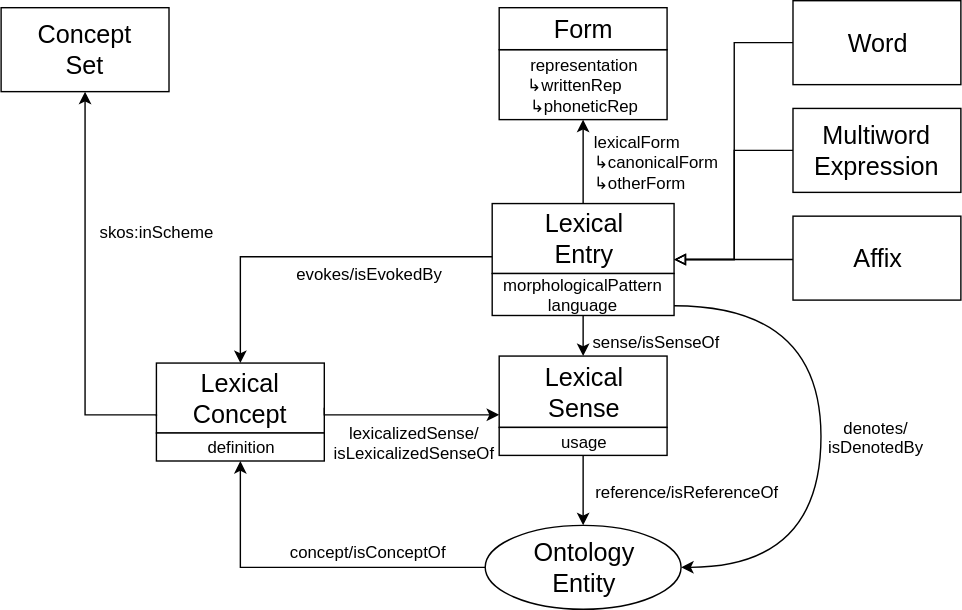
Earlier version of the draw.io export Lemon OntoLex Core.svg (ontolex/ontolex). Source tidied: cells renumbered, new cells last; positions are measured from the earlier drawing's top-left corner, leaving out a move shared by most shapes.
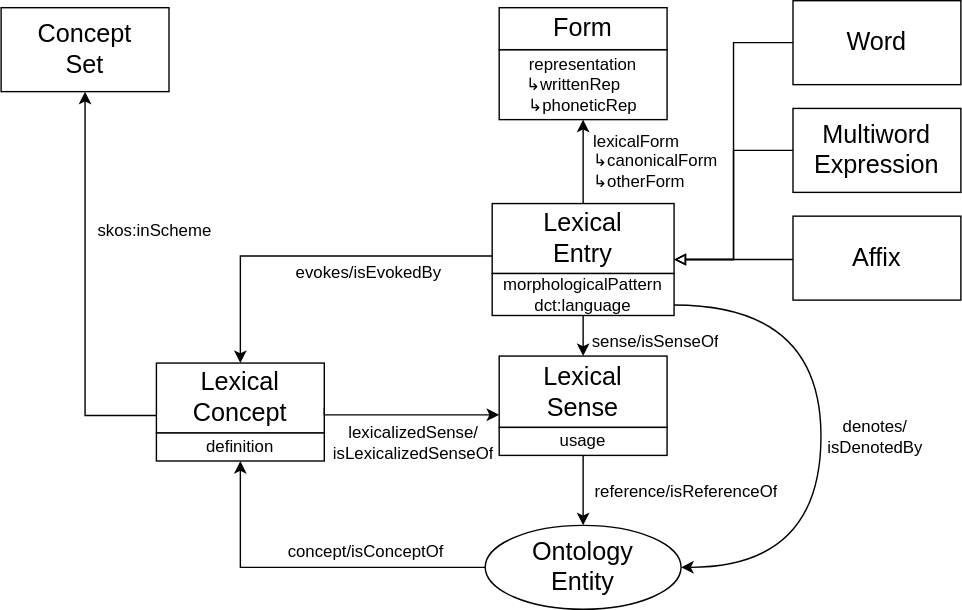
After the change.

Commit message:
Update Core image diagram

* Change `language` label to `dct:language`
* Use Arimo font instead of Helvetica to ensure proper rendering

Change to the diagram source:
```diff
@@ -2,25 +2,25 @@
   <root>
     <mxCell id="0" />
     <mxCell id="1" parent="0" />
-    <mxCell id="2" value="&lt;font style=&quot;font-size: 18px&quot;&gt;Lexical&lt;br&gt;Entry&lt;br&gt;&lt;/font&gt;" style="whiteSpace=wrap;html=1;" parent="1" vertex="1">
+    <mxCell id="2" value="&lt;font style=&quot;font-size: 18px&quot; face=&quot;Arimo&quot;&gt;Lexical&lt;br&gt;Entry&lt;br&gt;&lt;/font&gt;" style="whiteSpace=wrap;html=1;" parent="1" vertex="1">
       <mxGeometry x="351" y="145" width="130" height="50" as="geometry" />
     </mxCell>
-    <mxCell id="3" value="&lt;font style=&quot;font-size: 18px&quot;&gt;Lexical&lt;br&gt;Sense&lt;br&gt;&lt;/font&gt;" style="whiteSpace=wrap;html=1;" parent="1" vertex="1">
+    <mxCell id="3" value="&lt;font style=&quot;font-size: 18px&quot; face=&quot;Arimo&quot;&gt;Lexical&lt;br&gt;Sense&lt;br&gt;&lt;/font&gt;" style="whiteSpace=wrap;html=1;" parent="1" vertex="1">
       <mxGeometry x="356" y="254" width="120" height="51" as="geometry" />
     </mxCell>
-    <mxCell id="4" value="&lt;font style=&quot;font-size: 18px&quot;&gt;Ontology&lt;br&gt;Entity&lt;br&gt;&lt;/font&gt;" style="ellipse;whiteSpace=wrap;html=1;" parent="1" vertex="1">
+    <mxCell id="4" value="&lt;font style=&quot;font-size: 18px&quot; face=&quot;Arimo&quot;&gt;Ontology&lt;br&gt;Entity&lt;br&gt;&lt;/font&gt;" style="ellipse;whiteSpace=wrap;html=1;" parent="1" vertex="1">
       <mxGeometry x="346" y="375" width="140" height="60" as="geometry" />
     </mxCell>
-    <mxCell id="5" value="representation&lt;br&gt;↳writtenRep&amp;nbsp;&amp;nbsp;&amp;nbsp;&amp;nbsp; &lt;br&gt;↳phoneticRep&lt;br&gt;" style="whiteSpace=wrap;html=1;" parent="1" vertex="1">
+    <mxCell id="5" value="&lt;font face=&quot;Arimo&quot;&gt;representation&lt;br&gt;↳writtenRep&amp;nbsp;&amp;nbsp;&amp;nbsp;&amp;nbsp; &lt;br&gt;↳phoneticRep&lt;br&gt;&lt;/font&gt;" style="whiteSpace=wrap;html=1;" parent="1" vertex="1">
       <mxGeometry x="356" y="35" width="120" height="50" as="geometry" />
     </mxCell>
     <mxCell id="6" style="edgeStyle=orthogonalEdgeStyle;rounded=0;html=1;exitX=0.5;exitY=0;" parent="1" edge="1" source="2" target="5">
       <mxGeometry relative="1" as="geometry" />
     </mxCell>
-    <mxCell id="7" value="&lt;font style=&quot;font-size: 18px&quot;&gt;Form&lt;/font&gt;" style="whiteSpace=wrap;html=1;" parent="1" vertex="1">
+    <mxCell id="7" value="&lt;font style=&quot;font-size: 18px&quot; face=&quot;Arimo&quot;&gt;Form&lt;/font&gt;" style="whiteSpace=wrap;html=1;" parent="1" vertex="1">
       <mxGeometry x="356" y="5" width="120" height="30" as="geometry" />
     </mxCell>
-    <mxCell id="8" value="&lt;font style=&quot;font-size: 18px&quot;&gt;Lexical&lt;br&gt;Concept&lt;br&gt;&lt;/font&gt;" style="whiteSpace=wrap;html=1;" parent="1" vertex="1">
+    <mxCell id="8" value="&lt;font style=&quot;font-size: 18px&quot; face=&quot;Arimo&quot;&gt;Lexical&lt;br&gt;Concept&lt;br&gt;&lt;/font&gt;" style="whiteSpace=wrap;html=1;" parent="1" vertex="1">
       <mxGeometry x="111" y="259" width="120" height="50" as="geometry" />
     </mxCell>
     <mxCell id="9" style="edgeStyle=orthogonalEdgeStyle;rounded=0;html=1;exitX=0;exitY=0.75;" parent="1" edge="1" source="2" target="8">
@@ -43,7 +43,7 @@
         </Array>
       </mxGeometry>
     </mxCell>
-    <mxCell id="12" value="&lt;font style=&quot;font-size: 18px&quot;&gt;Concept&lt;br&gt;Set&lt;br&gt;&lt;/font&gt;" style="whiteSpace=wrap;html=1;" parent="1" vertex="1">
+    <mxCell id="12" value="&lt;font style=&quot;font-size: 18px&quot; face=&quot;Arimo&quot;&gt;Concept&lt;br&gt;Set&lt;br&gt;&lt;/font&gt;" style="whiteSpace=wrap;html=1;" parent="1" vertex="1">
       <mxGeometry y="5" width="120" height="60" as="geometry" />
     </mxCell>
     <mxCell id="13" style="edgeStyle=orthogonalEdgeStyle;rounded=0;html=1;exitX=0.5;exitY=1;entryX=0;entryY=0.75;endArrow=none;endFill=0;startArrow=classic;startFill=1;" parent="1" edge="1" source="12" target="8">
@@ -53,31 +53,31 @@
         </Array>
       </mxGeometry>
     </mxCell>
-    <mxCell id="14" value="&lt;font style=&quot;font-size: 18px&quot;&gt;Word&lt;/font&gt;" style="whiteSpace=wrap;html=1;" parent="1" vertex="1">
+    <mxCell id="14" value="&lt;font style=&quot;font-size: 18px&quot; face=&quot;Arimo&quot;&gt;Word&lt;/font&gt;" style="whiteSpace=wrap;html=1;" parent="1" vertex="1">
       <mxGeometry x="566" width="120" height="60" as="geometry" />
     </mxCell>
-    <mxCell id="15" value="&lt;font style=&quot;font-size: 18px&quot;&gt;Multiword&lt;br&gt;Expression&lt;br&gt;&lt;/font&gt;" style="whiteSpace=wrap;html=1;" parent="1" vertex="1">
+    <mxCell id="15" value="&lt;font style=&quot;font-size: 18px&quot; face=&quot;Arimo&quot;&gt;Multiword&lt;br&gt;Expression&lt;br&gt;&lt;/font&gt;" style="whiteSpace=wrap;html=1;" parent="1" vertex="1">
       <mxGeometry x="566" y="77" width="120" height="60" as="geometry" />
     </mxCell>
-    <mxCell id="16" value="&lt;font style=&quot;font-size: 18px&quot;&gt;Affix&lt;/font&gt;" style="whiteSpace=wrap;html=1;" parent="1" vertex="1">
+    <mxCell id="16" value="&lt;font style=&quot;font-size: 18px&quot; face=&quot;Arimo&quot;&gt;Affix&lt;/font&gt;" style="whiteSpace=wrap;html=1;" parent="1" vertex="1">
       <mxGeometry x="566" y="154" width="120" height="60" as="geometry" />
     </mxCell>
-    <mxCell id="17" value="skos:inScheme" style="text;html=1;strokeColor=none;fillColor=none;align=center;verticalAlign=middle;whiteSpace=wrap;overflow=hidden;" parent="1" vertex="1">
+    <mxCell id="17" value="&lt;font face=&quot;Arimo&quot;&gt;skos:inScheme&lt;/font&gt;" style="text;html=1;strokeColor=none;fillColor=none;align=center;verticalAlign=middle;whiteSpace=wrap;overflow=hidden;" parent="1" vertex="1">
       <mxGeometry x="64" y="155" width="92" height="20" as="geometry" />
     </mxCell>
-    <mxCell id="18" value="&lt;div align=&quot;left&quot;&gt;lexicalForm&lt;br&gt;↳canonicalForm&lt;br&gt;&lt;/div&gt;&lt;div align=&quot;left&quot;&gt;↳otherForm&lt;br&gt;&lt;/div&gt;" style="text;html=1;strokeColor=none;fillColor=none;align=center;verticalAlign=middle;whiteSpace=wrap;overflow=hidden;" parent="1" vertex="1">
+    <mxCell id="18" value="&lt;div align=&quot;left&quot;&gt;&lt;font face=&quot;Arimo&quot;&gt;lexicalForm&lt;br&gt;↳canonicalForm&lt;br&gt;&lt;/font&gt;&lt;/div&gt;&lt;div align=&quot;left&quot;&gt;&lt;font face=&quot;Arimo&quot;&gt;↳otherForm&lt;br&gt;&lt;/font&gt;&lt;/div&gt;" style="text;html=1;strokeColor=none;fillColor=none;align=center;verticalAlign=middle;whiteSpace=wrap;overflow=hidden;" parent="1" vertex="1">
       <mxGeometry x="420" y="85" width="96" height="60" as="geometry" />
     </mxCell>
-    <mxCell id="19" value="morphologicalPattern&lt;br&gt;language&lt;br&gt;" style="whiteSpace=wrap;html=1;" parent="1" vertex="1">
+    <mxCell id="19" value="&lt;font face=&quot;Arimo&quot;&gt;morphologicalPattern&lt;br&gt;dct:language&lt;/font&gt;" style="whiteSpace=wrap;html=1;" parent="1" vertex="1">
       <mxGeometry x="351" y="195" width="130" height="30" as="geometry" />
     </mxCell>
     <mxCell id="20" style="edgeStyle=none;rounded=0;html=1;exitX=0.5;exitY=0;entryX=0.5;entryY=1;startArrow=classic;startFill=1;endArrow=none;endFill=0;" parent="1" edge="1" source="3" target="19">
       <mxGeometry relative="1" as="geometry" />
     </mxCell>
-    <mxCell id="21" value="sense/isSenseOf" style="text;html=1;strokeColor=none;fillColor=none;align=center;verticalAlign=middle;whiteSpace=wrap;overflow=hidden;" parent="1" vertex="1">
+    <mxCell id="21" value="&lt;font face=&quot;Arimo&quot;&gt;sense/isSenseOf&lt;/font&gt;" style="text;html=1;strokeColor=none;fillColor=none;align=center;verticalAlign=middle;whiteSpace=wrap;overflow=hidden;" parent="1" vertex="1">
       <mxGeometry x="413" y="234" width="110" height="20" as="geometry" />
     </mxCell>
-    <mxCell id="22" value="reference/isReferenceOf" style="text;html=1;strokeColor=none;fillColor=none;align=center;verticalAlign=middle;whiteSpace=wrap;overflow=hidden;" parent="1" vertex="1">
+    <mxCell id="22" value="&lt;font face=&quot;Arimo&quot;&gt;reference/isReferenceOf&lt;/font&gt;" style="text;html=1;strokeColor=none;fillColor=none;align=center;verticalAlign=middle;whiteSpace=wrap;overflow=hidden;" parent="1" vertex="1">
       <mxGeometry x="410" y="341" width="160" height="20" as="geometry" />
     </mxCell>
     <mxCell id="23" style="edgeStyle=orthogonalEdgeStyle;rounded=0;html=1;exitX=1;exitY=0.75;entryX=1;entryY=0.5;startArrow=none;startFill=0;endArrow=classic;endFill=1;curved=1;" parent="1" edge="1" source="19" target="4">
@@ -88,16 +88,16 @@
         </Array>
       </mxGeometry>
     </mxCell>
-    <mxCell id="24" value="denotes/&lt;br&gt;isDenotedBy&lt;br&gt;" style="text;html=1;strokeColor=none;fillColor=none;align=center;verticalAlign=middle;whiteSpace=wrap;overflow=hidden;" parent="1" vertex="1">
+    <mxCell id="24" value="&lt;font face=&quot;Arimo&quot;&gt;denotes/&lt;br&gt;isDenotedBy&lt;br&gt;&lt;/font&gt;" style="text;html=1;strokeColor=none;fillColor=none;align=center;verticalAlign=middle;whiteSpace=wrap;overflow=hidden;" parent="1" vertex="1">
       <mxGeometry x="585" y="292" width="80" height="40" as="geometry" />
     </mxCell>
-    <mxCell id="25" value="evokes/isEvokedBy" style="text;html=1;strokeColor=none;fillColor=none;align=center;verticalAlign=middle;whiteSpace=wrap;overflow=hidden;" parent="1" vertex="1">
+    <mxCell id="25" value="&lt;font face=&quot;Arimo&quot;&gt;evokes/isEvokedBy&lt;/font&gt;" style="text;html=1;strokeColor=none;fillColor=none;align=center;verticalAlign=middle;whiteSpace=wrap;overflow=hidden;" parent="1" vertex="1">
       <mxGeometry x="193" y="185" width="140" height="20" as="geometry" />
     </mxCell>
-    <mxCell id="26" value="lexicalizedSense/&lt;br&gt;isLexicalizedSenseOf&lt;br&gt;" style="text;html=1;strokeColor=none;fillColor=none;align=center;verticalAlign=middle;whiteSpace=wrap;overflow=hidden;" parent="1" vertex="1">
+    <mxCell id="26" value="&lt;font face=&quot;Arimo&quot;&gt;lexicalizedSense/&lt;br&gt;isLexicalizedSenseOf&lt;br&gt;&lt;/font&gt;" style="text;html=1;strokeColor=none;fillColor=none;align=center;verticalAlign=middle;whiteSpace=wrap;overflow=hidden;" parent="1" vertex="1">
       <mxGeometry x="225" y="295" width="140" height="41" as="geometry" />
     </mxCell>
-    <mxCell id="27" value="concept/isConceptOf&lt;br&gt;" style="text;html=1;strokeColor=none;fillColor=none;align=center;verticalAlign=middle;whiteSpace=wrap;overflow=hidden;" parent="1" vertex="1">
+    <mxCell id="27" value="&lt;font face=&quot;Arimo&quot;&gt;concept/isConceptOf&lt;/font&gt;" style="text;html=1;strokeColor=none;fillColor=none;align=center;verticalAlign=middle;whiteSpace=wrap;overflow=hidden;" parent="1" vertex="1">
       <mxGeometry x="191" y="373" width="140" height="41" as="geometry" />
     </mxCell>
     <mxCell id="28" style="rounded=0;html=1;entryX=0;entryY=0.5;startArrow=block;startFill=0;endArrow=none;endFill=0;edgeStyle=orthogonalEdgeStyle;" parent="1" edge="1" target="14">
@@ -119,10 +119,10 @@
     <mxCell id="31" style="edgeStyle=orthogonalEdgeStyle;rounded=0;html=1;exitX=0.5;exitY=1;entryX=0.5;entryY=0;" parent="1" edge="1" source="3" target="4">
       <mxGeometry relative="1" as="geometry" />
     </mxCell>
-    <mxCell id="32" value="definition" style="whiteSpace=wrap;html=1;" parent="1" vertex="1">
+    <mxCell id="32" value="&lt;font face=&quot;Arimo&quot;&gt;definition&lt;/font&gt;" style="whiteSpace=wrap;html=1;" parent="1" vertex="1">
       <mxGeometry x="111" y="309" width="120" height="20" as="geometry" />
     </mxCell>
-    <mxCell id="33" value="usage" style="whiteSpace=wrap;html=1;" parent="1" vertex="1">
+    <mxCell id="33" value="&lt;font face=&quot;Arimo&quot;&gt;usage&lt;/font&gt;" style="whiteSpace=wrap;html=1;" parent="1" vertex="1">
       <mxGeometry x="356" y="305" width="120" height="20" as="geometry" />
     </mxCell>
   </root>
```
